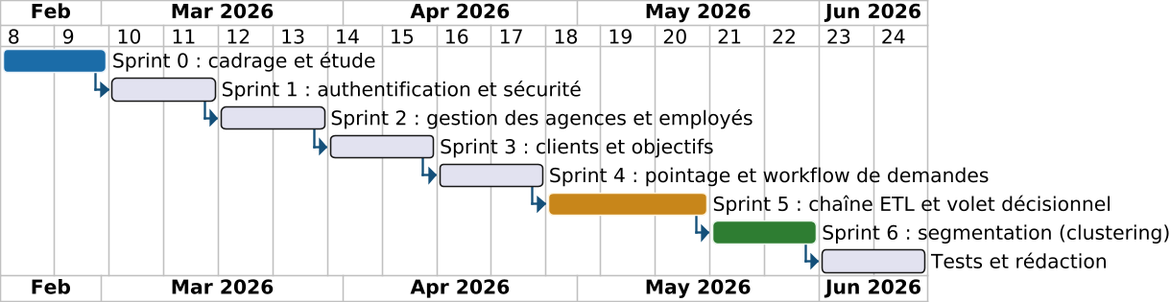
The PlantUML diagram rapport-latex/diagrams/gantt.png in ZizouX0/oussema_korbosli, before a commit.
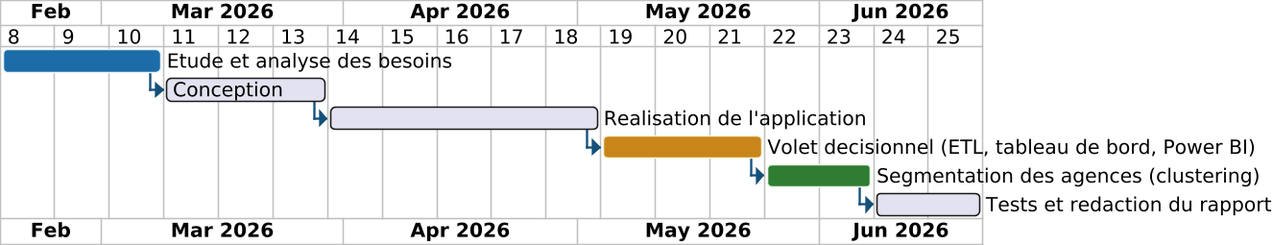
The same diagram one commit later.

What changed in the source:
```diff
@@ -9,22 +9,18 @@
 
 printscale weekly
 Project starts 2026-02-16
-[Sprint 0 : cadrage et étude] as [S0] lasts 2 weeks
-[S0] is colored in #1B6CA8/#EAF3FA
-[Sprint 1 : authentification et sécurité] as [S1] lasts 2 weeks
-[S1] starts at [S0]'s end
-[Sprint 2 : gestion des agences et employés] as [S2] lasts 2 weeks
-[S2] starts at [S1]'s end
-[Sprint 3 : clients et objectifs] as [S3] lasts 2 weeks
-[S3] starts at [S2]'s end
-[Sprint 4 : pointage et workflow de demandes] as [S4] lasts 2 weeks
-[S4] starts at [S3]'s end
-[Sprint 5 : chaîne ETL et volet décisionnel] as [S5] lasts 3 weeks
-[S5] starts at [S4]'s end
-[S5] is colored in #C8861A/#FFF3DC
-[Sprint 6 : segmentation (clustering)] as [S6] lasts 2 weeks
-[S6] starts at [S5]'s end
-[S6] is colored in #2E7D32/#E8F5E9
-[Tests et rédaction] as [S7] lasts 2 weeks
-[S7] starts at [S6]'s end
+[Etude et analyse des besoins] as [P1] lasts 3 weeks
+[P1] is colored in #1B6CA8/#EAF3FA
+[Conception] as [P2] lasts 3 weeks
+[P2] starts at [P1]'s end
+[Realisation de l'application] as [P3] lasts 5 weeks
+[P3] starts at [P2]'s end
+[Volet decisionnel (ETL, tableau de bord, Power BI)] as [P4] lasts 3 weeks
+[P4] starts at [P3]'s end
+[P4] is colored in #C8861A/#FFF3DC
+[Segmentation des agences (clustering)] as [P5] lasts 2 weeks
+[P5] starts at [P4]'s end
+[P5] is colored in #2E7D32/#E8F5E9
+[Tests et redaction du rapport] as [P6] lasts 2 weeks
+[P6] starts at [P5]'s end
 @endgantt
```
